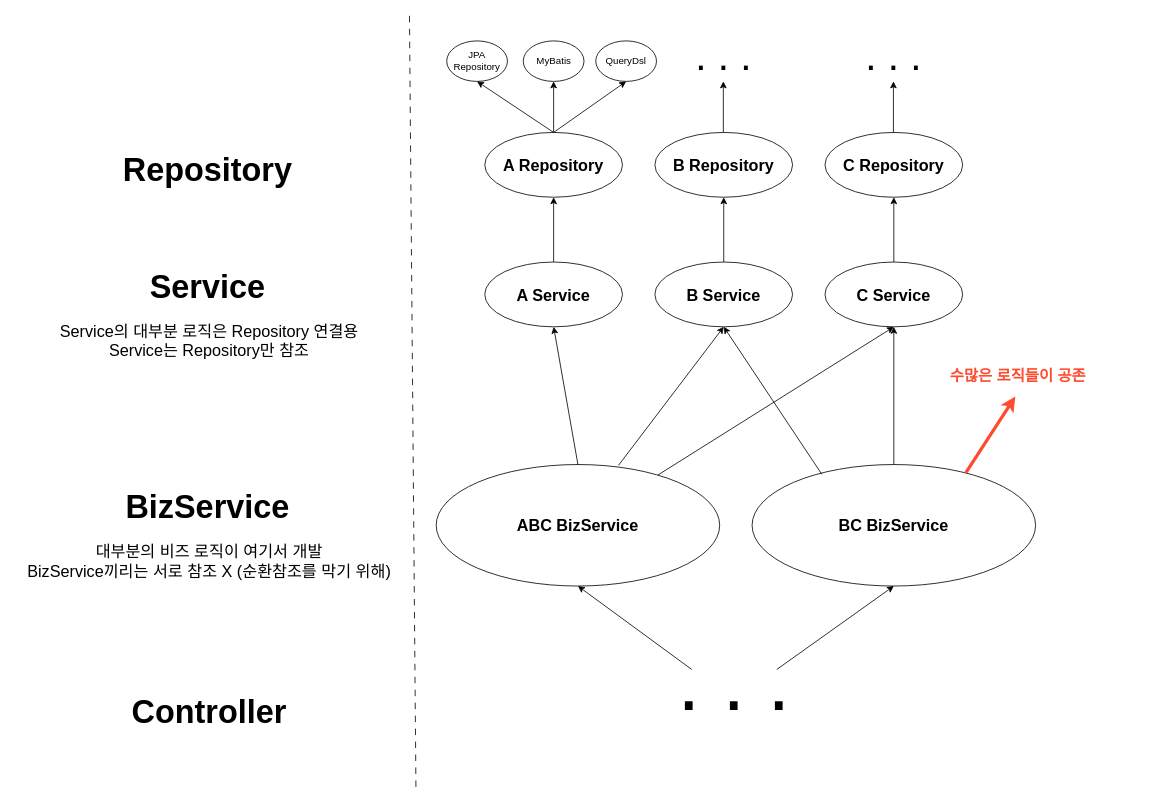
Above: 전 회사 패키지구조.drawio in beatmeJY/draw.io (draw.io), before the change. Source tidied: cells renumbered, new cells numbered last; positions are measured from the earlier drawing's top-left corner, leaving out a move shared by most shapes. Both pictures are drawn from the tidied source at 81%, with x=0, y=0 at pixel (14, 14).
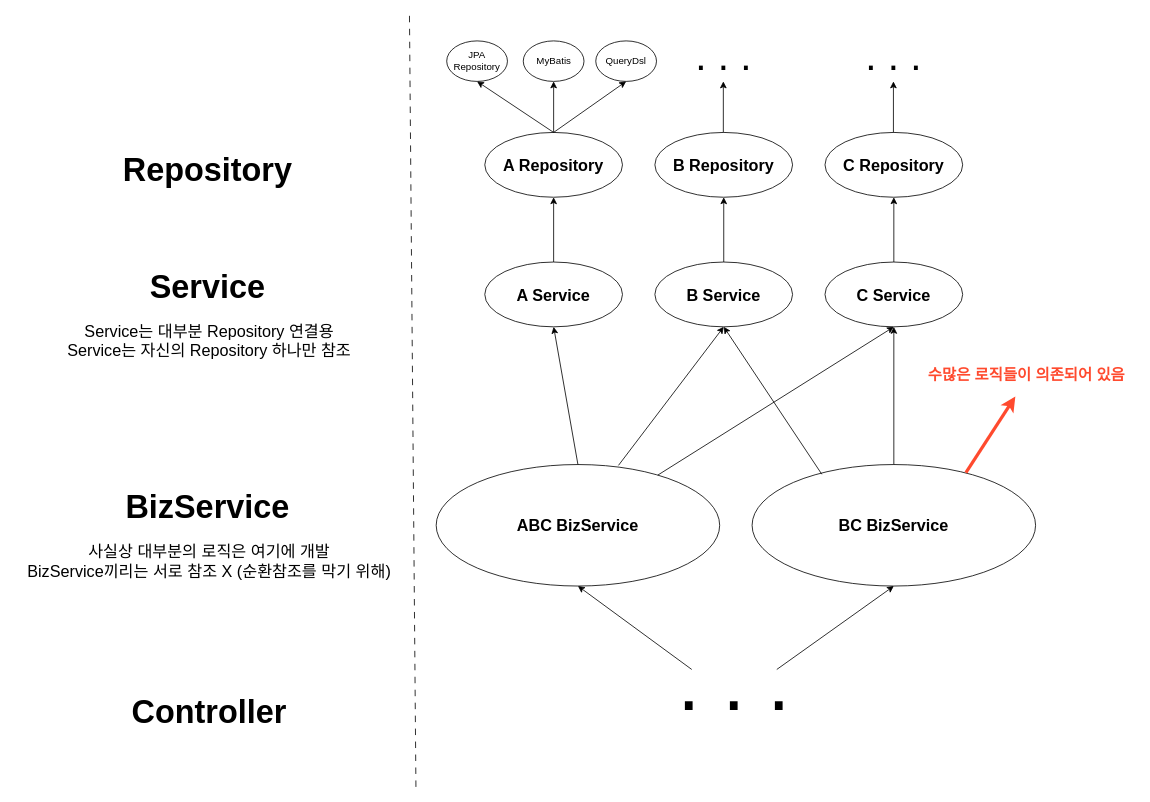
The same diagram, later.

Commit message:
전 회사 패키지구조.drawio 업데이트

Change to the diagram source:
```diff
@@
-    <mxCell id="18" value="Service의 대부분 로직은 Repository 연결용&lt;br style=&quot;font-size: 20px;&quot;&gt;Service는 Repository만 참조" style="text;html=1;strokeColor=none;fillColor=none;align=center;verticalAlign=middle;whiteSpace=wrap;rounded=0;fontSize=20;" parent="1" vertex="1">
+    <mxCell id="18" value="Service는 대부분 Repository 연결용&lt;br style=&quot;font-size: 20px;&quot;&gt;Service는 자신의 Repository 하나만 참조" style="text;html=1;strokeColor=none;fillColor=none;align=center;verticalAlign=middle;whiteSpace=wrap;rounded=0;fontSize=20;" parent="1" vertex="1">
       <mxGeometry x="43.1" y="381" width="396" height="43" as="geometry" />
     </mxCell>
@@
-    <mxCell id="23" value="대부분의 비즈 로직이 여기서 개발&lt;br style=&quot;font-size: 20px;&quot;&gt;BizService끼리는 서로 참조 X (순환참조를 막기 위해)" style="text;html=1;strokeColor=none;fillColor=none;align=center;verticalAlign=middle;whiteSpace=wrap;rounded=0;fontSize=20;" parent="1" vertex="1">
+    <mxCell id="23" value="사실상 대부분의 로직은 여기에 개발&lt;br style=&quot;font-size: 20px;&quot;&gt;BizService끼리는 서로 참조 X (순환참조를 막기 위해)" style="text;html=1;strokeColor=none;fillColor=none;align=center;verticalAlign=middle;whiteSpace=wrap;rounded=0;fontSize=20;" parent="1" vertex="1">
       <mxGeometry y="653" width="482.2" height="43" as="geometry" />
     </mxCell>
@@
-    <mxCell id="39" value="&lt;font color=&quot;#ff4a2e&quot; style=&quot;font-size: 19px;&quot;&gt;수많은 로직들이 공존&lt;/font&gt;" style="text;html=1;strokeColor=none;fillColor=none;align=center;verticalAlign=middle;whiteSpace=wrap;rounded=0;fontSize=19;fontStyle=1;" parent="1" vertex="1">
-      <mxGeometry x="1137" y="414" width="205" height="66" as="geometry" />
+    <mxCell id="39" value="&lt;font color=&quot;#ff4a2e&quot; style=&quot;font-size: 19px;&quot;&gt;수많은 로직들이 의존되어 있음&lt;/font&gt;" style="text;html=1;strokeColor=none;fillColor=none;align=center;verticalAlign=middle;whiteSpace=wrap;rounded=0;fontSize=19;fontStyle=1;" parent="1" vertex="1">
+      <mxGeometry x="1114" y="413" width="272" height="66" as="geometry" />
     </mxCell>
```
